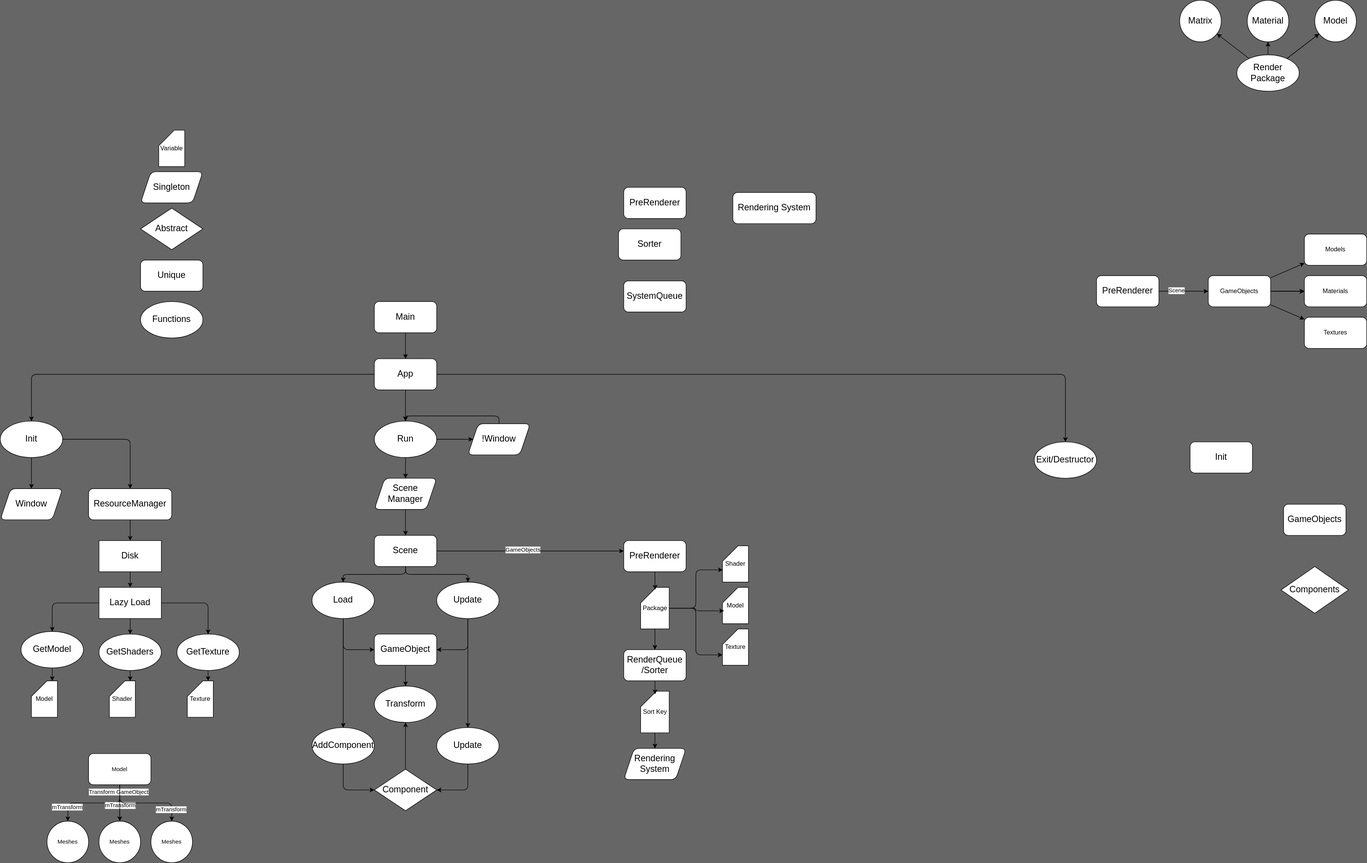
The draw.io diagram Docs.drawio.svg in Zubialde/OpenGL_VSC_version_3.3, before a commit. Source tidied: cells renumbered, new cells last; positions are measured from the earlier drawing's top-left corner, leaving out a move shared by most shapes.
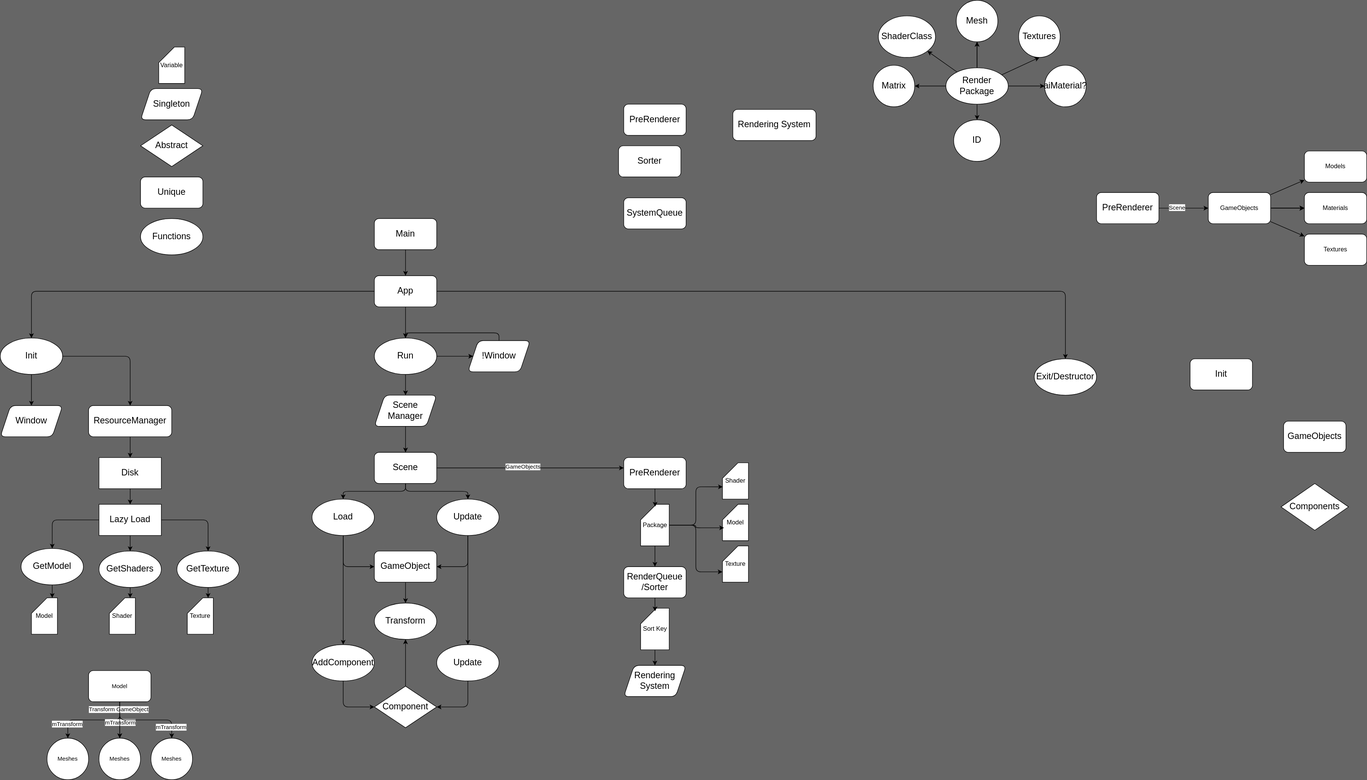
Later version of the same file.

The edit, as a diff of the source:
```diff
@@ -297,17 +297,26 @@
     <mxCell id="96" style="edgeStyle=none;html=1;" parent="1" edge="1" source="97" target="100">
       <mxGeometry relative="1" as="geometry" />
     </mxCell>
+    <mxCell id="118" style="html=1;entryX=0.5;entryY=1;entryDx=0;entryDy=0;" parent="1" edge="1" source="97" target="121">
+      <mxGeometry relative="1" as="geometry" />
+    </mxCell>
+    <mxCell id="119" style="html=1;entryX=0;entryY=0.5;entryDx=0;entryDy=0;" parent="1" edge="1" source="97" target="122">
+      <mxGeometry relative="1" as="geometry" />
+    </mxCell>
+    <mxCell id="120" style="edgeStyle=orthogonalEdgeStyle;html=1;" parent="1" edge="1" source="97" target="123">
+      <mxGeometry relative="1" as="geometry" />
+    </mxCell>
     <mxCell id="97" value="Render Package" style="ellipse;whiteSpace=wrap;html=1;fontSize=17;" parent="1" vertex="1">
-      <mxGeometry x="2380" y="105" width="120" height="70" as="geometry" />
+      <mxGeometry x="1820" y="290" width="120" height="70" as="geometry" />
     </mxCell>
     <mxCell id="98" value="Matrix" style="ellipse;whiteSpace=wrap;html=1;fontSize=17;" parent="1" vertex="1">
-      <mxGeometry x="2270" width="80" height="80" as="geometry" />
+      <mxGeometry x="1680" y="285" width="80" height="80" as="geometry" />
     </mxCell>
-    <mxCell id="99" value="Model" style="ellipse;whiteSpace=wrap;html=1;fontSize=17;" parent="1" vertex="1">
-      <mxGeometry x="2530" width="80" height="80" as="geometry" />
+    <mxCell id="99" value="Mesh" style="ellipse;whiteSpace=wrap;html=1;fontSize=17;" parent="1" vertex="1">
+      <mxGeometry x="1840" y="160" width="80" height="80" as="geometry" />
     </mxCell>
-    <mxCell id="100" value="Material" style="ellipse;whiteSpace=wrap;html=1;fontSize=17;" parent="1" vertex="1">
-      <mxGeometry x="2400" width="80" height="80" as="geometry" />
+    <mxCell id="100" value="ShaderClass" style="ellipse;whiteSpace=wrap;html=1;fontSize=17;" parent="1" vertex="1">
+      <mxGeometry x="1690" y="190" width="110" height="80" as="geometry" />
     </mxCell>
     <mxCell id="101" value="GetTexture" style="ellipse;whiteSpace=wrap;html=1;fontSize=17;" parent="1" vertex="1">
       <mxGeometry x="340" y="1220" width="120" height="70" as="geometry" />
@@ -360,5 +369,14 @@
     <mxCell id="117" value="Meshes" style="ellipse;whiteSpace=wrap;html=1;fontSize=11;rounded=1;labelBackgroundColor=default;" parent="1" vertex="1">
       <mxGeometry x="290" y="1580" width="80" height="80" as="geometry" />
     </mxCell>
+    <mxCell id="121" value="Textures" style="ellipse;whiteSpace=wrap;html=1;fontSize=17;" parent="1" vertex="1">
+      <mxGeometry x="1960" y="190" width="80" height="80" as="geometry" />
+    </mxCell>
+    <mxCell id="122" value="aiMaterial?" style="ellipse;whiteSpace=wrap;html=1;fontSize=17;" parent="1" vertex="1">
+      <mxGeometry x="2010" y="285" width="80" height="80" as="geometry" />
+    </mxCell>
+    <mxCell id="123" value="ID" style="ellipse;whiteSpace=wrap;html=1;fontSize=17;" parent="1" vertex="1">
+      <mxGeometry x="1835" y="390" width="90" height="80" as="geometry" />
+    </mxCell>
   </root>
 </mxGraphModel>
```
